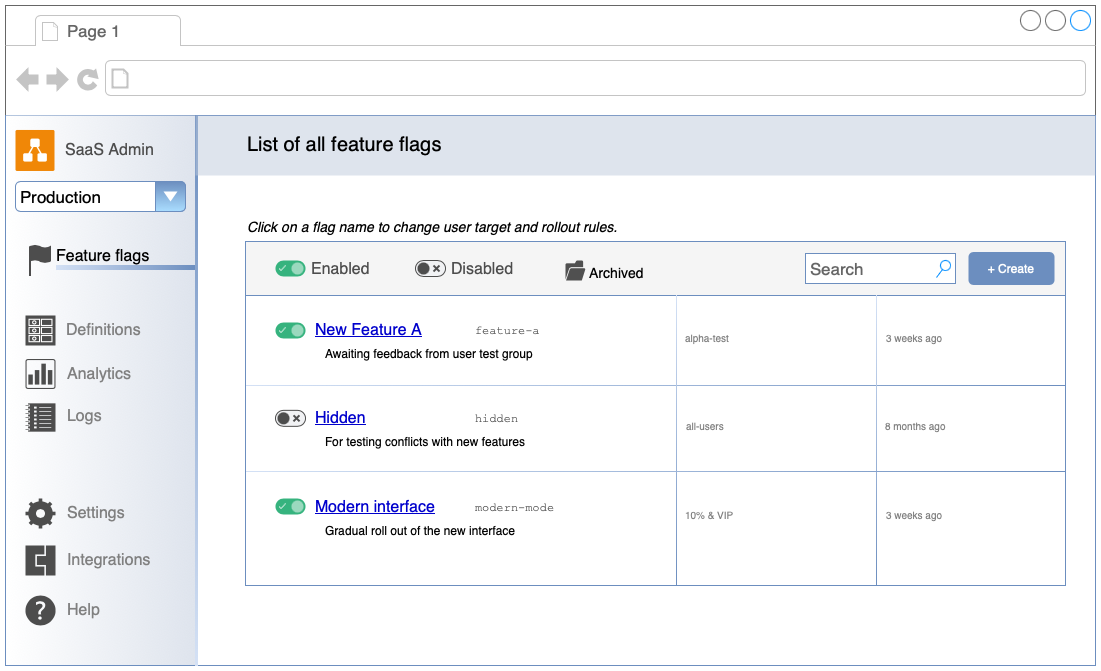
jgraph/www.diagrams.net-source keeps this draw.io diagram as assets/img/blog/feature-flag-control-interface-mockup.png. Above is the earlier version. Source tidied: cells renumbered, new cells last; positions are measured from the earlier drawing's top-left corner, leaving out a move shared by most shapes.
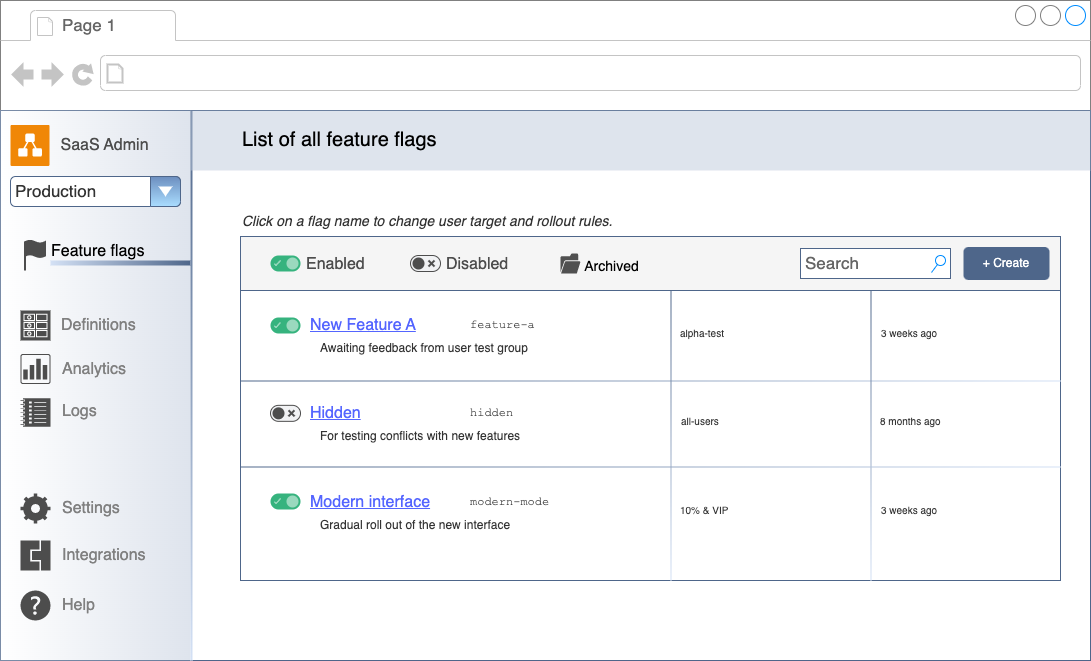
After the commit.

Diff of the diagram source:
```diff
@@ -2,7 +2,7 @@
   <root>
     <mxCell id="0" />
     <mxCell id="1" parent="0" />
-    <mxCell id="2" style="strokeWidth=1;shadow=0;dashed=0;align=center;html=1;shape=mxgraph.mockup.containers.browserWindow;rSize=0;strokeColor=#666666;strokeColor2=#008cff;strokeColor3=#c4c4c4;mainText=,;fontSize=16;" parent="1" vertex="1">
+    <mxCell id="2" style="strokeWidth=1;shadow=0;dashed=0;align=center;html=1;shape=mxgraph.mockup.containers.browserWindow;rSize=0;strokeColor=#808080;strokeColor2=#008cff;strokeColor3=#c4c4c4;mainText=,;fontSize=16;" parent="1" vertex="1">
       <mxGeometry width="1090" height="660" as="geometry" />
     </mxCell>
     <mxCell id="3" value="Page 1" style="strokeWidth=1;shadow=0;dashed=0;align=center;html=1;shape=mxgraph.mockup.containers.anchor;fontSize=17;fontColor=#666666;align=left;whiteSpace=wrap;" parent="2" vertex="1">
@@ -11,7 +11,7 @@
     <mxCell id="4" style="strokeWidth=1;shadow=0;dashed=0;align=center;html=1;shape=mxgraph.mockup.containers.anchor;rSize=0;fontSize=17;fontColor=#666666;align=left;" parent="2" vertex="1">
       <mxGeometry x="130" y="60" width="250" height="26" as="geometry" />
     </mxCell>
-    <mxCell id="5" style="rounded=0;whiteSpace=wrap;html=1;fontSize=16;fillColor=none;strokeColor=#6c8ebf;" parent="2" vertex="1">
+    <mxCell id="5" style="rounded=0;whiteSpace=wrap;html=1;fontSize=16;fillColor=none;strokeColor=#4E668A;" parent="2" vertex="1">
       <mxGeometry y="110" width="1090" height="550" as="geometry" />
     </mxCell>
     <mxCell id="6" style="rounded=0;whiteSpace=wrap;html=1;fontSize=16;gradientColor=#FFFFFF;gradientDirection=west;fillColor=#BEC9DB;strokeColor=none;opacity=50;" parent="2" vertex="1">
@@ -23,10 +23,10 @@
     <mxCell id="8" style="dashed=0;html=1;align=center;labelPosition=center;verticalLabelPosition=bottom;verticalAlign=top;shape=mxgraph.weblogos.drawio4;fillColor=#1A5BA3;fontSize=15;fontColor=#1A5BA3;fontStyle=1;" parent="2" vertex="1">
       <mxGeometry x="10" y="124.5" width="39" height="41.1" as="geometry" />
     </mxCell>
-    <mxCell id="9" value="Production" style="strokeWidth=1;shadow=0;dashed=0;align=center;html=1;shape=mxgraph.mockup.forms.comboBox;strokeColor=#6C8EBF;fillColor=#6C8EBF;align=left;fillColor2=#aaddff;mainText=;fontSize=17;spacingLeft=3;" parent="2" vertex="1">
+    <mxCell id="9" value="Production" style="strokeWidth=1;shadow=0;dashed=0;align=center;html=1;shape=mxgraph.mockup.forms.comboBox;strokeColor=#4E668A;fillColor=#6C8EBF;align=left;fillColor2=#aaddff;mainText=;fontSize=17;spacingLeft=3;fontColor=#333333;" parent="2" vertex="1">
       <mxGeometry x="10" y="176" width="170" height="30" as="geometry" />
     </mxCell>
-    <mxCell id="10" style="rounded=0;whiteSpace=wrap;html=1;fontSize=16;fillColor=#D4E1F5;strokeColor=none;gradientColor=#6C8EBF;gradientDirection=east;" parent="2" vertex="1">
+    <mxCell id="10" style="rounded=0;whiteSpace=wrap;html=1;fontSize=16;fillColor=#D4E1F5;strokeColor=none;gradientColor=#4E668A;gradientDirection=east;" parent="2" vertex="1">
       <mxGeometry x="50" y="260" width="140" height="5" as="geometry" />
     </mxCell>
     <mxCell id="11" style="html=1;verticalLabelPosition=bottom;align=center;labelBackgroundColor=#ffffff;verticalAlign=top;strokeWidth=2;strokeColor=#4D4D4D;shadow=0;dashed=0;shape=mxgraph.ios7.icons.flag;fontSize=16;fillColor=#4D4D4D;" parent="2" vertex="1">
@@ -71,7 +71,7 @@
     <mxCell id="24" value="Logs" style="text;html=1;strokeColor=none;fillColor=none;align=left;verticalAlign=middle;whiteSpace=wrap;rounded=0;fontSize=16;fontColor=#808080;" parent="2" vertex="1">
       <mxGeometry x="60" y="396.2" width="111" height="30" as="geometry" />
     </mxCell>
-    <mxCell id="25" style="rounded=0;whiteSpace=wrap;html=1;fontSize=16;fillColor=#D4E1F5;strokeColor=none;gradientColor=#6C8EBF;gradientDirection=east;direction=south;flipV=1;" parent="2" vertex="1">
+    <mxCell id="25" style="rounded=0;whiteSpace=wrap;html=1;fontSize=16;fillColor=#D4E1F5;strokeColor=none;gradientColor=#4E668A;gradientDirection=east;direction=south;flipV=1;" parent="2" vertex="1">
       <mxGeometry x="190" y="110" width="2" height="550" as="geometry" />
     </mxCell>
     <mxCell id="26" style="rounded=0;whiteSpace=wrap;html=1;fontSize=16;gradientColor=none;fillColor=#BEC9DB;opacity=50;strokeColor=none;" parent="2" vertex="1">
@@ -80,13 +80,13 @@
     <mxCell id="27" value="List of all feature flags" style="text;html=1;strokeColor=none;fillColor=none;align=left;verticalAlign=middle;whiteSpace=wrap;rounded=0;fontSize=20;fontStyle=0;" parent="2" vertex="1">
       <mxGeometry x="240" y="124.5" width="320" height="30" as="geometry" />
     </mxCell>
-    <mxCell id="28" value="Click on a flag name to change user target and rollout rules." style="text;html=1;strokeColor=none;fillColor=none;align=left;verticalAlign=middle;whiteSpace=wrap;rounded=0;fontSize=14;fontStyle=2;" parent="2" vertex="1">
+    <mxCell id="28" value="Click on a flag name to change user target and rollout rules." style="text;html=1;strokeColor=none;fillColor=none;align=left;verticalAlign=middle;whiteSpace=wrap;rounded=0;fontSize=14;fontStyle=2;fontColor=#333333;" parent="2" vertex="1">
       <mxGeometry x="240" y="206" width="570" height="30" as="geometry" />
     </mxCell>
-    <mxCell id="29" style="rounded=0;whiteSpace=wrap;html=1;fontSize=16;fillColor=none;strokeColor=#6c8ebf;" parent="2" vertex="1">
+    <mxCell id="29" style="rounded=0;whiteSpace=wrap;html=1;fontSize=16;fillColor=none;strokeColor=#4E668A;" parent="2" vertex="1">
       <mxGeometry x="240" y="236" width="820" height="344" as="geometry" />
     </mxCell>
-    <mxCell id="30" style="rounded=0;whiteSpace=wrap;html=1;fontSize=16;fillColor=#f5f5f5;fontColor=#333333;strokeColor=#6C8EBF;" parent="2" vertex="1">
+    <mxCell id="30" style="rounded=0;whiteSpace=wrap;html=1;fontSize=16;fillColor=#f5f5f5;fontColor=#333333;strokeColor=#4E668A;" parent="2" vertex="1">
       <mxGeometry x="240" y="236" width="820" height="54" as="geometry" />
     </mxCell>
     <mxCell id="31" value="Enabled" style="fillColor=#36B37E;strokeColor=none;rounded=1;arcSize=50;sketch=0;hachureGap=4;fontFamily=Helvetica;fontSize=16;labelPosition=right;verticalLabelPosition=middle;align=left;verticalAlign=middle;fontColor=#4D4D4D;spacingBottom=2;spacingRight=0;spacing=6;" parent="2" vertex="1">
@@ -103,12 +103,12 @@
       </mxGeometry>
     </mxCell>
     <mxCell id="34" value="Archived" style="html=1;verticalLabelPosition=middle;align=center;labelBackgroundColor=none;verticalAlign=top;strokeWidth=2;strokeColor=none;shadow=0;dashed=0;shape=mxgraph.office.concepts.folder_open;fontSize=14;fillColor=#505050;labelPosition=right;sketch=0;spacing=0;spacingRight=-41;" parent="2" vertex="1">
-      <mxGeometry x="560" y="255" width="20" height="20" as="geometry" />
+      <mxGeometry x="560" y="253" width="20" height="20" as="geometry" />
     </mxCell>
-    <mxCell id="35" value="Search" style="strokeWidth=1;shadow=0;dashed=0;align=center;html=1;shape=mxgraph.mockup.forms.searchBox;strokeColor=#6C8EBF;mainText=;strokeColor2=#008cff;fontColor=#666666;fontSize=17;align=left;spacingLeft=3;whiteSpace=wrap;" parent="2" vertex="1">
+    <mxCell id="35" value="Search" style="strokeWidth=1;shadow=0;dashed=0;align=center;html=1;shape=mxgraph.mockup.forms.searchBox;strokeColor=#4E668A;mainText=;strokeColor2=#008cff;fontColor=#666666;fontSize=17;align=left;spacingLeft=3;whiteSpace=wrap;" parent="2" vertex="1">
       <mxGeometry x="800" y="248" width="150" height="30" as="geometry" />
     </mxCell>
-    <mxCell id="36" value="+ Create" style="rounded=1;fillColor=#6C8EBF;strokeColor=none;html=1;whiteSpace=wrap;fontColor=#ffffff;align=center;verticalAlign=middle;fontStyle=0;fontSize=12;sketch=0;" parent="2" vertex="1">
+    <mxCell id="36" value="+ Create" style="rounded=1;fillColor=#4E668A;strokeColor=none;html=1;whiteSpace=wrap;fontColor=#ffffff;align=center;verticalAlign=middle;fontStyle=0;fontSize=12;sketch=0;" parent="2" vertex="1">
       <mxGeometry x="963" y="246.5" width="86" height="33" as="geometry" />
     </mxCell>
     <mxCell id="37" style="fillColor=#36B37E;strokeColor=none;rounded=1;arcSize=50;sketch=0;hachureGap=4;fontFamily=Helvetica;fontSize=16;labelPosition=right;verticalLabelPosition=middle;align=left;verticalAlign=middle;fontColor=#4D4D4D;spacingBottom=2;spacingRight=0;spacing=6;" parent="2" vertex="1">
@@ -137,46 +137,46 @@
         <mxPoint x="-12" y="-3" as="offset" />
       </mxGeometry>
     </mxCell>
-    <mxCell id="43" style="rounded=0;whiteSpace=wrap;html=1;fontSize=16;fillColor=#D4E1F5;strokeColor=none;gradientColor=#6C8EBF;gradientDirection=east;" parent="2" vertex="1">
+    <mxCell id="43" style="rounded=0;whiteSpace=wrap;html=1;fontSize=16;fillColor=#D4E1F5;strokeColor=none;gradientColor=#4E668A;gradientDirection=west;" parent="2" vertex="1">
       <mxGeometry x="240" y="380" width="820" height="1" as="geometry" />
     </mxCell>
-    <mxCell id="44" value="New Feature A" style="text;html=1;strokeColor=none;fillColor=none;align=left;verticalAlign=middle;whiteSpace=wrap;rounded=0;fontSize=16;fontStyle=4;fontColor=#0000CC;spacing=10;" parent="2" vertex="1">
+    <mxCell id="44" value="New Feature A" style="text;html=1;strokeColor=none;fillColor=none;align=left;verticalAlign=middle;whiteSpace=wrap;rounded=0;fontSize=16;fontStyle=4;fontColor=#5465FF;spacing=10;" parent="2" vertex="1">
       <mxGeometry x="300" y="310" width="140" height="30" as="geometry" />
     </mxCell>
-    <mxCell id="45" value="feature-a" style="text;html=1;strokeColor=none;fillColor=none;align=left;verticalAlign=middle;whiteSpace=wrap;rounded=0;fontSize=12;fontFamily=Courier New;fontColor=#4D4D4D;spacing=10;" parent="2" vertex="1">
+    <mxCell id="45" value="feature-a" style="text;html=1;strokeColor=none;fillColor=none;align=left;verticalAlign=middle;whiteSpace=wrap;rounded=0;fontSize=12;fontFamily=Courier New;fontColor=#333333;spacing=10;" parent="2" vertex="1">
       <mxGeometry x="460" y="310" width="90" height="30" as="geometry" />
     </mxCell>
-    <mxCell id="46" value="alpha-test" style="text;html=1;strokeColor=none;fillColor=none;align=left;verticalAlign=middle;whiteSpace=wrap;rounded=0;fontSize=10;fontColor=#808080;spacing=10;" parent="2" vertex="1">
+    <mxCell id="46" value="alpha-test" style="text;html=1;strokeColor=none;fillColor=none;align=left;verticalAlign=middle;whiteSpace=wrap;rounded=0;fontSize=10;fontColor=#333333;spacing=10;" parent="2" vertex="1">
       <mxGeometry x="670" y="317" width="180" height="30" as="geometry" />
     </mxCell>
-    <mxCell id="47" value="Awaiting feedback from user test group" style="text;html=1;strokeColor=none;fillColor=none;align=left;verticalAlign=middle;whiteSpace=wrap;rounded=0;fontSize=12;spacing=10;" parent="2" vertex="1">
+    <mxCell id="47" value="Awaiting feedback from user test group" style="text;html=1;strokeColor=none;fillColor=none;align=left;verticalAlign=middle;whiteSpace=wrap;rounded=0;fontSize=12;spacing=10;fontColor=#333333;" parent="2" vertex="1">
       <mxGeometry x="310" y="333" width="410" height="30" as="geometry" />
     </mxCell>
-    <mxCell id="48" value="3 weeks ago" style="text;html=1;strokeColor=none;fillColor=none;align=left;verticalAlign=middle;whiteSpace=wrap;rounded=0;fontSize=10;fontColor=#808080;spacing=10;" parent="2" vertex="1">
+    <mxCell id="48" value="3 weeks ago" style="text;html=1;strokeColor=none;fillColor=none;align=left;verticalAlign=middle;whiteSpace=wrap;rounded=0;fontSize=10;fontColor=#333333;spacing=10;" parent="2" vertex="1">
       <mxGeometry x="871" y="317" width="170" height="30" as="geometry" />
     </mxCell>
-    <mxCell id="49" style="rounded=0;whiteSpace=wrap;html=1;fontSize=16;fillColor=#D4E1F5;strokeColor=none;gradientColor=#6C8EBF;gradientDirection=east;direction=south;" parent="2" vertex="1">
+    <mxCell id="49" style="rounded=0;whiteSpace=wrap;html=1;fontSize=16;fillColor=#D4E1F5;strokeColor=none;gradientColor=#4E668A;gradientDirection=west;direction=south;" parent="2" vertex="1">
       <mxGeometry x="670" y="290" width="1" height="290" as="geometry" />
     </mxCell>
-    <mxCell id="50" style="rounded=0;whiteSpace=wrap;html=1;fontSize=16;fillColor=#D4E1F5;strokeColor=none;gradientColor=#6C8EBF;gradientDirection=east;direction=south;" parent="2" vertex="1">
+    <mxCell id="50" style="rounded=0;whiteSpace=wrap;html=1;fontSize=16;fillColor=#D4E1F5;strokeColor=none;gradientColor=#4E668A;gradientDirection=west;direction=south;" parent="2" vertex="1">
       <mxGeometry x="870" y="290" width="1" height="290" as="geometry" />
     </mxCell>
-    <mxCell id="51" value="Hidden" style="text;html=1;strokeColor=none;fillColor=none;align=left;verticalAlign=middle;whiteSpace=wrap;rounded=0;fontSize=16;fontStyle=4;fontColor=#0000CC;spacing=10;" parent="2" vertex="1">
+    <mxCell id="51" value="Hidden" style="text;html=1;strokeColor=none;fillColor=none;align=left;verticalAlign=middle;whiteSpace=wrap;rounded=0;fontSize=16;fontStyle=4;fontColor=#5465FF;spacing=10;" parent="2" vertex="1">
       <mxGeometry x="300" y="397.8" width="140" height="30" as="geometry" />
     </mxCell>
-    <mxCell id="52" value="For testing conflicts with new features" style="text;html=1;strokeColor=none;fillColor=none;align=left;verticalAlign=middle;whiteSpace=wrap;rounded=0;fontSize=12;spacing=10;" parent="2" vertex="1">
+    <mxCell id="52" value="For testing conflicts with new features" style="text;html=1;strokeColor=none;fillColor=none;align=left;verticalAlign=middle;whiteSpace=wrap;rounded=0;fontSize=12;spacing=10;fontColor=#333333;" parent="2" vertex="1">
       <mxGeometry x="310" y="420.8" width="410" height="30" as="geometry" />
     </mxCell>
-    <mxCell id="53" value="hidden" style="text;html=1;strokeColor=none;fillColor=none;align=left;verticalAlign=middle;whiteSpace=wrap;rounded=0;fontSize=12;fontFamily=Courier New;fontColor=#4D4D4D;spacing=10;" parent="2" vertex="1">
+    <mxCell id="53" value="hidden" style="text;html=1;strokeColor=none;fillColor=none;align=left;verticalAlign=middle;whiteSpace=wrap;rounded=0;fontSize=12;fontFamily=Courier New;fontColor=#333333;spacing=10;" parent="2" vertex="1">
       <mxGeometry x="460" y="397.8" width="90" height="30" as="geometry" />
     </mxCell>
-    <mxCell id="54" value="all-users" style="text;html=1;strokeColor=none;fillColor=none;align=left;verticalAlign=middle;whiteSpace=wrap;rounded=0;fontSize=10;fontColor=#808080;spacing=10;" parent="2" vertex="1">
+    <mxCell id="54" value="all-users" style="text;html=1;strokeColor=none;fillColor=none;align=left;verticalAlign=middle;whiteSpace=wrap;rounded=0;fontSize=10;fontColor=#333333;spacing=10;" parent="2" vertex="1">
       <mxGeometry x="671" y="404.8" width="180" height="30" as="geometry" />
     </mxCell>
-    <mxCell id="55" value="8 months ago" style="text;html=1;strokeColor=none;fillColor=none;align=left;verticalAlign=middle;whiteSpace=wrap;rounded=0;fontSize=10;fontColor=#808080;spacing=10;" parent="2" vertex="1">
+    <mxCell id="55" value="8 months ago" style="text;html=1;strokeColor=none;fillColor=none;align=left;verticalAlign=middle;whiteSpace=wrap;rounded=0;fontSize=10;fontColor=#333333;spacing=10;" parent="2" vertex="1">
       <mxGeometry x="870" y="404.8" width="170" height="30" as="geometry" />
     </mxCell>
-    <mxCell id="56" style="rounded=0;whiteSpace=wrap;html=1;fontSize=16;fillColor=#D4E1F5;strokeColor=none;gradientColor=#6C8EBF;gradientDirection=east;" parent="2" vertex="1">
+    <mxCell id="56" style="rounded=0;whiteSpace=wrap;html=1;fontSize=16;fillColor=#D4E1F5;strokeColor=none;gradientColor=#4E668A;gradientDirection=west;" parent="2" vertex="1">
       <mxGeometry x="240" y="466" width="820" height="1" as="geometry" />
     </mxCell>
     <mxCell id="57" style="fillColor=#36B37E;strokeColor=none;rounded=1;arcSize=50;sketch=0;hachureGap=4;fontFamily=Helvetica;fontSize=16;labelPosition=right;verticalLabelPosition=middle;align=left;verticalAlign=middle;fontColor=#4D4D4D;spacingBottom=2;spacingRight=0;spacing=6;" parent="2" vertex="1">
@@ -192,19 +192,19 @@
         <mxPoint x="4" y="-3" as="offset" />
       </mxGeometry>
     </mxCell>
-    <mxCell id="60" value="Modern interface" style="text;html=1;strokeColor=none;fillColor=none;align=left;verticalAlign=middle;whiteSpace=wrap;rounded=0;fontSize=16;fontStyle=4;fontColor=#0000CC;spacing=10;" parent="2" vertex="1">
+    <mxCell id="60" value="Modern interface" style="text;html=1;strokeColor=none;fillColor=none;align=left;verticalAlign=middle;whiteSpace=wrap;rounded=0;fontSize=16;fontStyle=4;fontColor=#5465FF;spacing=10;" parent="2" vertex="1">
       <mxGeometry x="300" y="487" width="140" height="30" as="geometry" />
     </mxCell>
-    <mxCell id="61" value="modern-mode" style="text;html=1;strokeColor=none;fillColor=none;align=left;verticalAlign=middle;whiteSpace=wrap;rounded=0;fontSize=12;fontFamily=Courier New;fontColor=#4D4D4D;spacing=10;" parent="2" vertex="1">
+    <mxCell id="61" value="modern-mode" style="text;html=1;strokeColor=none;fillColor=none;align=left;verticalAlign=middle;whiteSpace=wrap;rounded=0;fontSize=12;fontFamily=Courier New;fontColor=#333333;spacing=10;" parent="2" vertex="1">
       <mxGeometry x="460" y="487" width="110" height="30" as="geometry" />
     </mxCell>
-    <mxCell id="62" value="10% &amp;amp; VIP" style="text;html=1;strokeColor=none;fillColor=none;align=left;verticalAlign=middle;whiteSpace=wrap;rounded=0;fontSize=10;fontColor=#808080;spacing=10;" parent="2" vertex="1">
+    <mxCell id="62" value="10% &amp;amp; VIP" style="text;html=1;strokeColor=none;fillColor=none;align=left;verticalAlign=middle;whiteSpace=wrap;rounded=0;fontSize=10;fontColor=#333333;spacing=10;" parent="2" vertex="1">
       <mxGeometry x="670" y="494" width="180" height="30" as="geometry" />
     </mxCell>
-    <mxCell id="63" value="Gradual roll out of the new interface" style="text;html=1;strokeColor=none;fillColor=none;align=left;verticalAlign=middle;whiteSpace=wrap;rounded=0;fontSize=12;spacing=10;" parent="2" vertex="1">
+    <mxCell id="63" value="Gradual roll out of the new interface" style="text;html=1;strokeColor=none;fillColor=none;align=left;verticalAlign=middle;whiteSpace=wrap;rounded=0;fontSize=12;spacing=10;fontColor=#333333;" parent="2" vertex="1">
       <mxGeometry x="310" y="510" width="410" height="30" as="geometry" />
     </mxCell>
-    <mxCell id="64" value="3 weeks ago" style="text;html=1;strokeColor=none;fillColor=none;align=left;verticalAlign=middle;whiteSpace=wrap;rounded=0;fontSize=10;fontColor=#808080;spacing=10;" parent="2" vertex="1">
+    <mxCell id="64" value="3 weeks ago" style="text;html=1;strokeColor=none;fillColor=none;align=left;verticalAlign=middle;whiteSpace=wrap;rounded=0;fontSize=10;fontColor=#333333;spacing=10;" parent="2" vertex="1">
       <mxGeometry x="871" y="494" width="170" height="30" as="geometry" />
     </mxCell>
     <mxCell id="65" value="Disabled" style="fillColor=#F1F2F4;strokeColor=#4D4D4D;rounded=1;arcSize=50;sketch=0;hachureGap=4;fontFamily=Helvetica;fontSize=16;fontColor=#4D4D4D;labelPosition=right;verticalLabelPosition=middle;align=left;verticalAlign=middle;spacingBottom=2;spacing=6;" parent="2" vertex="1">
```
